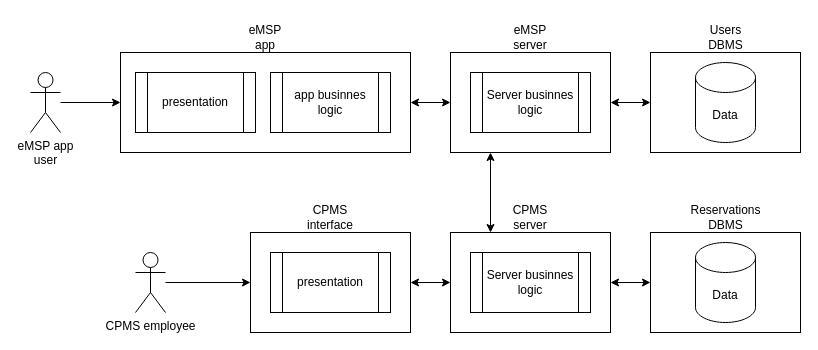
RiccardoBravin/BravinFeltrin keeps this draw.io diagram as DD/overview diag.drawio. Above is the earlier version. Source tidied: cells renumbered, new cells numbered last; positions are measured from the earlier drawing's top-left corner, leaving out a move shared by most shapes. Both pictures are drawn from the tidied source at 100%, with x=0, y=0 at pixel (30, 17).
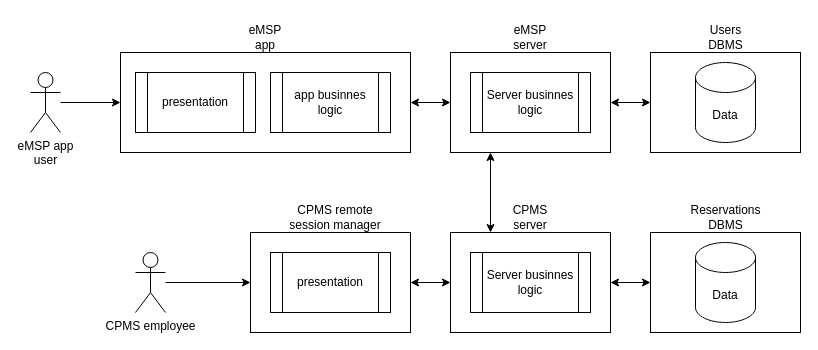
The same page after the edit.

The edit, as a diff of the source:
```diff
@@
-    <mxCell id="18" value="CPMS&lt;br&gt;interface" style="text;html=1;strokeColor=none;fillColor=none;align=center;verticalAlign=middle;whiteSpace=wrap;rounded=0;" parent="1" vertex="1">
-      <mxGeometry x="270" y="185" width="60" height="30" as="geometry" />
+    <mxCell id="18" value="CPMS remote &lt;br&gt;session manager" style="text;html=1;strokeColor=none;fillColor=none;align=center;verticalAlign=middle;whiteSpace=wrap;rounded=0;" parent="1" vertex="1">
+      <mxGeometry x="240" y="185" width="130" height="30" as="geometry" />
     </mxCell>
```
